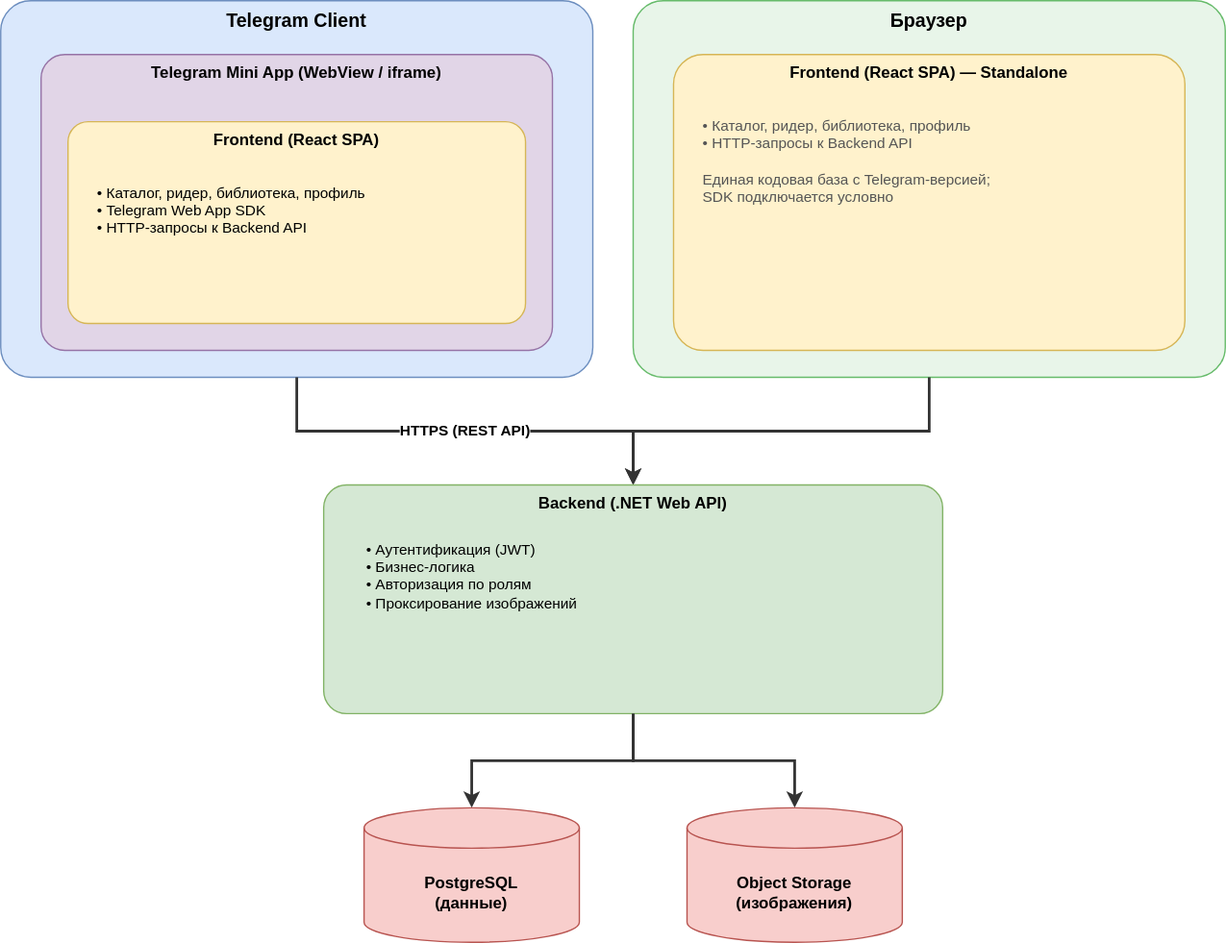
Above: docs/assets/diagrams/architecture/architecture.svg in TeleManga/docs (draw.io), before the change. Source tidied: cells renumbered, new cells last; positions are measured from the earlier drawing's top-left corner, leaving out a move shared by most shapes. Source of this version:
```xml
<mxGraphModel>
  <root>
    <mxCell id="0" />
    <mxCell id="1" parent="0" />
    <mxCell id="2" value="Telegram Client" style="rounded=1;whiteSpace=wrap;html=1;fillColor=#dae8fc;strokeColor=#6c8ebf;verticalAlign=top;fontStyle=1;fontSize=14;arcSize=8;" parent="1" vertex="1">
      <mxGeometry width="440" height="280" as="geometry" />
    </mxCell>
    <mxCell id="3" value="Telegram Mini App (WebView / iframe)" style="rounded=1;whiteSpace=wrap;html=1;fillColor=#e1d5e7;strokeColor=#9673a6;verticalAlign=top;fontStyle=1;fontSize=12;arcSize=8;" parent="2" vertex="1">
      <mxGeometry x="30" y="40" width="380" height="220" as="geometry" />
    </mxCell>
    <mxCell id="4" value="Frontend (React SPA)" style="rounded=1;whiteSpace=wrap;html=1;fillColor=#fff2cc;strokeColor=#d6b656;verticalAlign=top;fontStyle=1;fontSize=12;arcSize=10;" parent="3" vertex="1">
      <mxGeometry x="20" y="50" width="340" height="150" as="geometry" />
    </mxCell>
    <mxCell id="5" value="• Каталог, ридер, библиотека, профиль&#10;• Telegram Web App SDK&#10;• HTTP-запросы к Backend API" style="text;html=1;align=left;verticalAlign=top;strokeColor=none;fillColor=none;fontSize=11;spacingLeft=10;spacingTop=10;" parent="4" vertex="1">
      <mxGeometry x="10" y="30" width="320" height="110" as="geometry" />
    </mxCell>
    <mxCell id="6" value="Браузер" style="rounded=1;whiteSpace=wrap;html=1;fillColor=#e8f5e9;strokeColor=#66bb6a;verticalAlign=top;fontStyle=1;fontSize=14;arcSize=8;" parent="1" vertex="1">
      <mxGeometry x="470" width="440" height="280" as="geometry" />
    </mxCell>
    <mxCell id="7" value="Frontend (React SPA) — Standalone" style="rounded=1;whiteSpace=wrap;html=1;fillColor=#fff2cc;strokeColor=#d6b656;verticalAlign=top;fontStyle=1;fontSize=12;arcSize=10;" parent="6" vertex="1">
      <mxGeometry x="30" y="40" width="380" height="220" as="geometry" />
    </mxCell>
    <mxCell id="8" value="• Каталог, ридер, библиотека, профиль&#10;• HTTP-запросы к Backend API&#10;&#10;Единая кодовая база с Telegram-версией;&#10;SDK подключается условно" style="text;html=1;align=left;verticalAlign=top;strokeColor=none;fillColor=none;fontSize=11;spacingLeft=10;spacingTop=10;fontColor=#555555;" parent="7" vertex="1">
      <mxGeometry x="10" y="30" width="360" height="170" as="geometry" />
    </mxCell>
    <mxCell id="9" value="HTTPS (REST API)" style="edgeStyle=orthogonalEdgeStyle;rounded=0;jettySize=auto;html=1;strokeWidth=2;strokeColor=#333333;fontSize=11;fontStyle=1;labelBackgroundColor=#ffffff;" parent="1" edge="1" source="2" target="11">
      <mxGeometry relative="1" as="geometry" />
    </mxCell>
    <mxCell id="10" style="edgeStyle=orthogonalEdgeStyle;rounded=0;jettySize=auto;html=1;strokeWidth=2;strokeColor=#333333;" parent="1" edge="1" source="6" target="11">
      <mxGeometry relative="1" as="geometry" />
    </mxCell>
    <mxCell id="11" value="Backend (.NET Web API)" style="rounded=1;whiteSpace=wrap;html=1;fillColor=#d5e8d4;strokeColor=#82b366;verticalAlign=top;fontStyle=1;fontSize=12;arcSize=10;" parent="1" vertex="1">
      <mxGeometry x="240" y="360" width="460" height="170" as="geometry" />
    </mxCell>
    <mxCell id="12" value="• Аутентификация (JWT)&#10;• Бизнес-логика&#10;• Авторизация по ролям&#10;• Проксирование изображений" style="text;html=1;align=left;verticalAlign=top;strokeColor=none;fillColor=none;fontSize=11;spacingLeft=10;spacingTop=5;" parent="11" vertex="1">
      <mxGeometry x="20" y="30" width="420" height="130" as="geometry" />
    </mxCell>
    <mxCell id="13" style="edgeStyle=orthogonalEdgeStyle;rounded=0;jettySize=auto;html=1;strokeWidth=2;strokeColor=#333333;" parent="1" edge="1" source="11" target="15">
      <mxGeometry relative="1" as="geometry" />
    </mxCell>
    <mxCell id="14" style="edgeStyle=orthogonalEdgeStyle;rounded=0;jettySize=auto;html=1;strokeWidth=2;strokeColor=#333333;" parent="1" edge="1" source="11" target="16">
      <mxGeometry relative="1" as="geometry" />
    </mxCell>
    <mxCell id="15" value="PostgreSQL&#10;(данные)" style="shape=cylinder3;whiteSpace=wrap;html=1;boundedLbl=1;backgroundOutline=1;size=15;fillColor=#f8cecc;strokeColor=#b85450;fontStyle=1;fontSize=12;" parent="1" vertex="1">
      <mxGeometry x="270" y="600" width="160" height="100" as="geometry" />
    </mxCell>
    <mxCell id="16" value="Object Storage&#10;(изображения)" style="shape=cylinder3;whiteSpace=wrap;html=1;boundedLbl=1;backgroundOutline=1;size=15;fillColor=#f8cecc;strokeColor=#b85450;fontStyle=1;fontSize=12;" parent="1" vertex="1">
      <mxGeometry x="510" y="600" width="160" height="100" as="geometry" />
    </mxCell>
  </root>
</mxGraphModel>
```
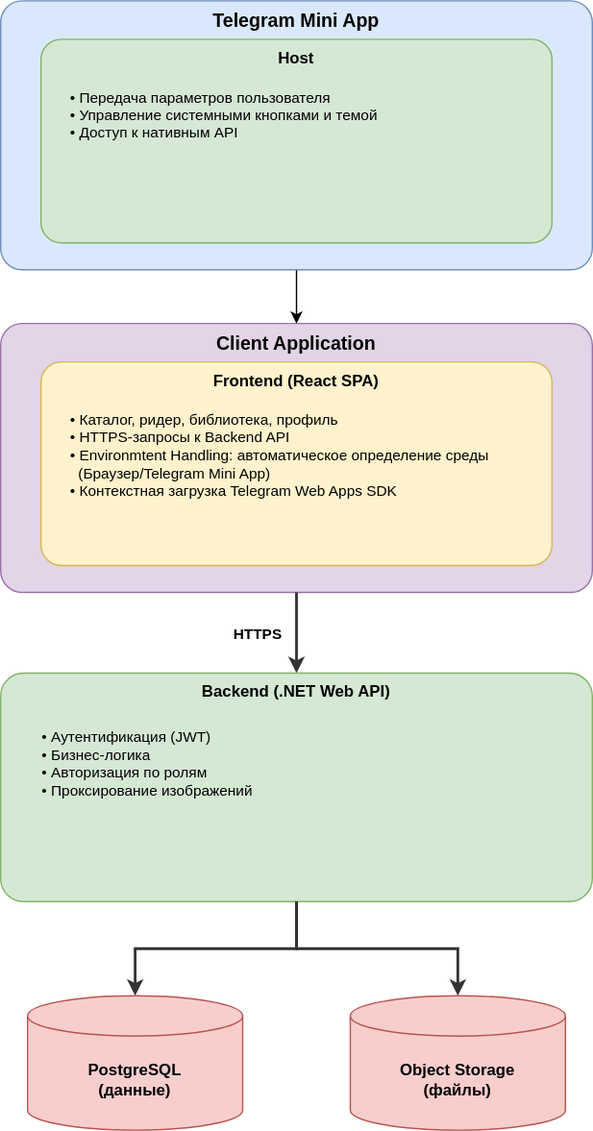
The same file after the commit.

Commit message:
fix/6/refactor-architecture-diagam-with-descriptions

Diff of the diagram source:
```diff
@@ -2,38 +2,28 @@
   <root>
     <mxCell id="0" />
     <mxCell id="1" parent="0" />
-    <mxCell id="2" value="Telegram Client" style="rounded=1;whiteSpace=wrap;html=1;fillColor=#dae8fc;strokeColor=#6c8ebf;verticalAlign=top;fontStyle=1;fontSize=14;arcSize=8;" parent="1" vertex="1">
-      <mxGeometry width="440" height="280" as="geometry" />
-    </mxCell>
-    <mxCell id="3" value="Telegram Mini App (WebView / iframe)" style="rounded=1;whiteSpace=wrap;html=1;fillColor=#e1d5e7;strokeColor=#9673a6;verticalAlign=top;fontStyle=1;fontSize=12;arcSize=8;" parent="2" vertex="1">
-      <mxGeometry x="30" y="40" width="380" height="220" as="geometry" />
-    </mxCell>
-    <mxCell id="4" value="Frontend (React SPA)" style="rounded=1;whiteSpace=wrap;html=1;fillColor=#fff2cc;strokeColor=#d6b656;verticalAlign=top;fontStyle=1;fontSize=12;arcSize=10;" parent="3" vertex="1">
-      <mxGeometry x="20" y="50" width="340" height="150" as="geometry" />
-    </mxCell>
-    <mxCell id="5" value="• Каталог, ридер, библиотека, профиль&#10;• Telegram Web App SDK&#10;• HTTP-запросы к Backend API" style="text;html=1;align=left;verticalAlign=top;strokeColor=none;fillColor=none;fontSize=11;spacingLeft=10;spacingTop=10;" parent="4" vertex="1">
-      <mxGeometry x="10" y="30" width="320" height="110" as="geometry" />
-    </mxCell>
-    <mxCell id="6" value="Браузер" style="rounded=1;whiteSpace=wrap;html=1;fillColor=#e8f5e9;strokeColor=#66bb6a;verticalAlign=top;fontStyle=1;fontSize=14;arcSize=8;" parent="1" vertex="1">
-      <mxGeometry x="470" width="440" height="280" as="geometry" />
+    <mxCell id="6" value="Client Application" style="rounded=1;whiteSpace=wrap;html=1;fillColor=#e1d5e7;strokeColor=#9673a6;verticalAlign=top;fontStyle=1;fontSize=14;arcSize=8;" parent="1" vertex="1">
+      <mxGeometry x="250" y="100" width="440" height="200" as="geometry" />
     </mxCell>
-    <mxCell id="7" value="Frontend (React SPA) — Standalone" style="rounded=1;whiteSpace=wrap;html=1;fillColor=#fff2cc;strokeColor=#d6b656;verticalAlign=top;fontStyle=1;fontSize=12;arcSize=10;" parent="6" vertex="1">
-      <mxGeometry x="30" y="40" width="380" height="220" as="geometry" />
+    <mxCell id="7" value="Frontend (React SPA)" style="rounded=1;whiteSpace=wrap;html=1;fillColor=#fff2cc;strokeColor=#d6b656;verticalAlign=top;fontStyle=1;fontSize=12;arcSize=10;" parent="6" vertex="1">
+      <mxGeometry x="30" y="28.6" width="380" height="151.4" as="geometry" />
     </mxCell>
-    <mxCell id="8" value="• Каталог, ридер, библиотека, профиль&#10;• HTTP-запросы к Backend API&#10;&#10;Единая кодовая база с Telegram-версией;&#10;SDK подключается условно" style="text;html=1;align=left;verticalAlign=top;strokeColor=none;fillColor=none;fontSize=11;spacingLeft=10;spacingTop=10;fontColor=#555555;" parent="7" vertex="1">
-      <mxGeometry x="10" y="30" width="360" height="170" as="geometry" />
+    <mxCell id="8" value="&lt;font style=&quot;color: rgb(0, 0, 0);&quot;&gt;• Каталог, ридер, библиотека, профиль&lt;br&gt;• HTTPS-запросы к Backend API&lt;/font&gt;&lt;div&gt;&lt;span style=&quot;color: rgb(85, 85, 85);&quot;&gt;&lt;font style=&quot;color: rgb(0, 0, 0);&quot;&gt;• Environmtent Handling: автоматическое определение среды&lt;/font&gt;&lt;/span&gt;&lt;/div&gt;&lt;div&gt;&lt;font&gt;&lt;font style=&quot;color: rgb(0, 0, 0);&quot;&gt;&amp;nbsp; (Браузер/Telegram Mini App)&lt;/font&gt;&lt;/font&gt;&lt;div&gt;&lt;span style=&quot;color: rgb(85, 85, 85);&quot;&gt;&lt;font style=&quot;color: rgb(0, 0, 0);&quot;&gt;• Контекстная загрузка Telegram Web Apps SDK&lt;/font&gt;&lt;/span&gt;&lt;/div&gt;&lt;/div&gt;" style="text;html=1;align=left;verticalAlign=top;strokeColor=none;fillColor=none;fontSize=11;spacingLeft=10;spacingTop=10;fontColor=#555555;" parent="7" vertex="1">
+      <mxGeometry x="10" y="20.6" width="340" height="90" as="geometry" />
     </mxCell>
-    <mxCell id="9" value="HTTPS (REST API)" style="edgeStyle=orthogonalEdgeStyle;rounded=0;jettySize=auto;html=1;strokeWidth=2;strokeColor=#333333;fontSize=11;fontStyle=1;labelBackgroundColor=#ffffff;" parent="1" edge="1" source="2" target="11">
-      <mxGeometry relative="1" as="geometry" />
-    </mxCell>
     <mxCell id="10" style="edgeStyle=orthogonalEdgeStyle;rounded=0;jettySize=auto;html=1;strokeWidth=2;strokeColor=#333333;" parent="1" edge="1" source="6" target="11">
       <mxGeometry relative="1" as="geometry" />
     </mxCell>
+    <mxCell id="17" value="&lt;b&gt;HTTPS&lt;/b&gt;" style="edgeLabel;html=1;align=center;verticalAlign=middle;" parent="10" vertex="1">
+      <mxGeometry x="-0.28" y="-1" relative="1" as="geometry">
+        <mxPoint x="-29" y="8" as="offset" />
+      </mxGeometry>
+    </mxCell>
     <mxCell id="11" value="Backend (.NET Web API)" style="rounded=1;whiteSpace=wrap;html=1;fillColor=#d5e8d4;strokeColor=#82b366;verticalAlign=top;fontStyle=1;fontSize=12;arcSize=10;" parent="1" vertex="1">
-      <mxGeometry x="240" y="360" width="460" height="170" as="geometry" />
+      <mxGeometry x="250" y="360" width="440" height="170" as="geometry" />
     </mxCell>
     <mxCell id="12" value="• Аутентификация (JWT)&#10;• Бизнес-логика&#10;• Авторизация по ролям&#10;• Проксирование изображений" style="text;html=1;align=left;verticalAlign=top;strokeColor=none;fillColor=none;fontSize=11;spacingLeft=10;spacingTop=5;" parent="11" vertex="1">
-      <mxGeometry x="20" y="30" width="420" height="130" as="geometry" />
+      <mxGeometry x="19.1" y="30" width="420" height="130" as="geometry" />
     </mxCell>
     <mxCell id="13" style="edgeStyle=orthogonalEdgeStyle;rounded=0;jettySize=auto;html=1;strokeWidth=2;strokeColor=#333333;" parent="1" edge="1" source="11" target="15">
       <mxGeometry relative="1" as="geometry" />
@@ -44,8 +34,20 @@
     <mxCell id="15" value="PostgreSQL&#10;(данные)" style="shape=cylinder3;whiteSpace=wrap;html=1;boundedLbl=1;backgroundOutline=1;size=15;fillColor=#f8cecc;strokeColor=#b85450;fontStyle=1;fontSize=12;" parent="1" vertex="1">
       <mxGeometry x="270" y="600" width="160" height="100" as="geometry" />
     </mxCell>
-    <mxCell id="16" value="Object Storage&#10;(изображения)" style="shape=cylinder3;whiteSpace=wrap;html=1;boundedLbl=1;backgroundOutline=1;size=15;fillColor=#f8cecc;strokeColor=#b85450;fontStyle=1;fontSize=12;" parent="1" vertex="1">
+    <mxCell id="16" value="Object Storage&lt;br&gt;(файлы)" style="shape=cylinder3;whiteSpace=wrap;html=1;boundedLbl=1;backgroundOutline=1;size=15;fillColor=#f8cecc;strokeColor=#b85450;fontStyle=1;fontSize=12;" parent="1" vertex="1">
       <mxGeometry x="510" y="600" width="160" height="100" as="geometry" />
     </mxCell>
+    <mxCell id="18" style="edgeStyle=none;html=1;" parent="1" edge="1" source="19" target="6">
+      <mxGeometry relative="1" as="geometry" />
+    </mxCell>
+    <mxCell id="19" value="Telegram Mini App" style="rounded=1;whiteSpace=wrap;html=1;fillColor=#dae8fc;strokeColor=#6c8ebf;verticalAlign=top;fontStyle=1;fontSize=14;arcSize=8;" parent="1" vertex="1">
+      <mxGeometry x="250" y="-140" width="440" height="200" as="geometry" />
+    </mxCell>
+    <mxCell id="20" value="Host" style="rounded=1;whiteSpace=wrap;html=1;fillColor=#d5e8d4;strokeColor=#82b366;verticalAlign=top;fontStyle=1;fontSize=12;arcSize=10;" parent="19" vertex="1">
+      <mxGeometry x="30" y="28.6" width="380" height="151.4" as="geometry" />
+    </mxCell>
+    <mxCell id="21" value="&lt;font style=&quot;color: rgb(0, 0, 0);&quot;&gt;• Передача параметров пользователя&lt;br&gt;• Управление системными кнопками и темой&lt;/font&gt;&lt;div&gt;&lt;span style=&quot;color: rgb(85, 85, 85);&quot;&gt;&lt;font style=&quot;color: rgb(0, 0, 0);&quot;&gt;• Доступ к нативным API&lt;/font&gt;&lt;/span&gt;&lt;/div&gt;" style="text;html=1;align=left;verticalAlign=top;strokeColor=none;fillColor=none;fontSize=11;spacingLeft=10;spacingTop=10;fontColor=#555555;" parent="20" vertex="1">
+      <mxGeometry x="10" y="20.6" width="260" height="60" as="geometry" />
+    </mxCell>
   </root>
 </mxGraphModel>
```
